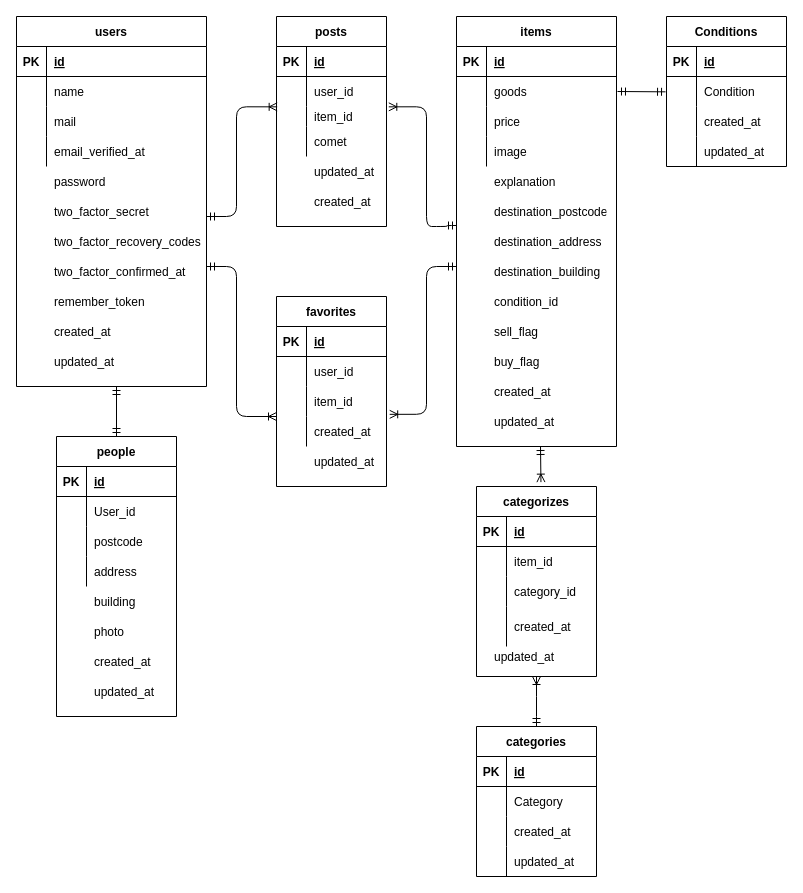
Before: src/FreeMaket.drawio in wyjuly12/FreeMarket, a draw.io diagram. Source tidied: cells renumbered, new cells numbered last; positions are measured from the earlier drawing's top-left corner, leaving out a move shared by most shapes. Both pictures are drawn from the tidied source at 100%, with x=0, y=0 at pixel (16, 16).
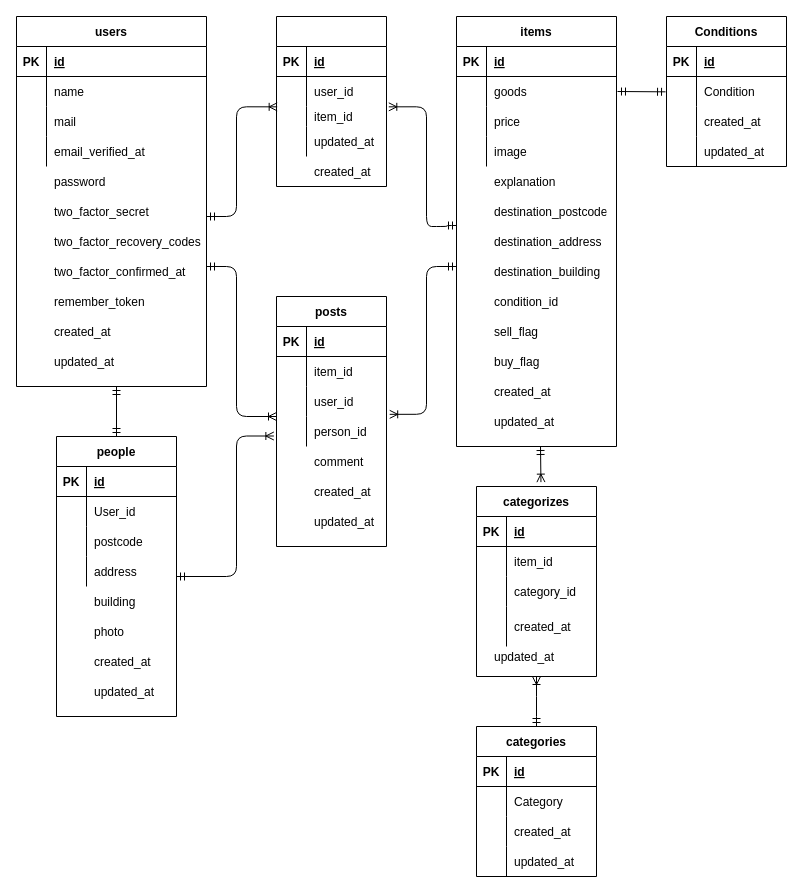
Above is the later version.

The change refers to these unchanged cells:
```xml
<mxCell id="45" style="shape=tableRow;horizontal=0;startSize=0;swimlaneHead=0;swimlaneBody=0;fillColor=none;top=0;left=0;right=0;bottom=0;" parent="41" vertex="1">
  <mxGeometry y="60" width="110" height="30" as="geometry" />
</mxCell>
<mxCell id="48" style="shape=tableRow;horizontal=0;startSize=0;swimlaneHead=0;swimlaneBody=0;fillColor=none;top=0;left=0;right=0;bottom=0;" parent="41" vertex="1">
  <mxGeometry y="90" width="110" height="30" as="geometry" />
</mxCell>
<mxCell id="51" style="shape=tableRow;horizontal=0;startSize=0;swimlaneHead=0;swimlaneBody=0;fillColor=none;points=[[0,0.5],[1,0.5]];portConstraint=eastwest;top=0;left=0;right=0;bottom=0;" parent="41" vertex="1">
  <mxGeometry y="120" width="110" height="30" as="geometry" />
</mxCell>
<mxCell id="88" style="shape=tableRow;horizontal=0;startSize=0;swimlaneHead=0;swimlaneBody=0;fillColor=none;top=0;left=0;right=0;bottom=0;" parent="78" vertex="1">
  <mxGeometry y="110" width="110" height="30" as="geometry" />
</mxCell>
```

What changed in the source:
```diff
@@
-    <mxCell id="41" value="favorites" style="shape=table;startSize=30;childLayout=tableLayout;rowLines=0;fontStyle=1;align=center;" parent="1" vertex="1">
-      <mxGeometry x="260" y="280" width="110" height="190" as="geometry" />
+    <mxCell id="41" value="posts" style="shape=table;startSize=30;childLayout=tableLayout;rowLines=0;fontStyle=1;align=center;" parent="1" vertex="1">
+      <mxGeometry x="260" y="280" width="110" height="250" as="geometry" />
     </mxCell>
@@
-    <mxCell id="47" value="user_id" style="shape=partialRectangle;fillColor=none;top=0;left=0;bottom=0;right=0;align=left;spacingLeft=6;overflow=hidden;" parent="45" vertex="1">
+    <mxCell id="47" value="item_id" style="shape=partialRectangle;fillColor=none;top=0;left=0;bottom=0;right=0;align=left;spacingLeft=6;overflow=hidden;" parent="45" vertex="1">
       <mxGeometry x="30" width="80" height="30" as="geometry" />
     </mxCell>
@@
-    <mxCell id="50" value="item_id" style="shape=partialRectangle;fillColor=none;top=0;left=0;bottom=0;right=0;align=left;spacingLeft=6;overflow=hidden;" parent="48" vertex="1">
+    <mxCell id="50" value="user_id" style="shape=partialRectangle;fillColor=none;top=0;left=0;bottom=0;right=0;align=left;spacingLeft=6;overflow=hidden;" parent="48" vertex="1">
       <mxGeometry x="30" width="80" height="30" as="geometry" />
     </mxCell>
@@
-    <mxCell id="53" value="created_at" style="shape=partialRectangle;fillColor=none;top=0;left=0;bottom=0;right=0;align=left;spacingLeft=6;overflow=hidden;" parent="51" vertex="1">
+    <mxCell id="53" style="shape=partialRectangle;fillColor=none;top=0;left=0;bottom=0;right=0;align=left;spacingLeft=6;overflow=hidden;" parent="51" vertex="1">
       <mxGeometry x="30" width="80" height="30" as="geometry" />
     </mxCell>
@@
-    <mxCell id="78" value="posts" style="shape=table;startSize=30;childLayout=tableLayout;rowLines=0;fontStyle=1;align=center;" parent="1" vertex="1">
-      <mxGeometry x="260" width="110" height="210" as="geometry" />
+    <mxCell id="78" style="shape=table;startSize=30;childLayout=tableLayout;rowLines=0;fontStyle=1;align=center;" parent="1" vertex="1">
+      <mxGeometry x="260" width="110" height="170" as="geometry" />
     </mxCell>
@@
-    <mxCell id="90" value="comet" style="shape=partialRectangle;fillColor=none;top=0;left=0;bottom=0;right=0;align=left;spacingLeft=6;overflow=hidden;" parent="88" vertex="1">
+    <mxCell id="90" style="shape=partialRectangle;fillColor=none;top=0;left=0;bottom=0;right=0;align=left;spacingLeft=6;overflow=hidden;" parent="88" vertex="1">
       <mxGeometry x="30" width="80" height="30" as="geometry" />
     </mxCell>
     <mxCell id="91" value="updated_at" style="shape=partialRectangle;fillColor=none;top=0;left=0;bottom=0;right=0;align=left;spacingLeft=6;overflow=hidden;" parent="1" vertex="1">
-      <mxGeometry x="290" y="140" width="80" height="30" as="geometry" />
+      <mxGeometry x="290" y="110" width="80" height="30" as="geometry" />
     </mxCell>
-    <mxCell id="92" value="updated_at" style="shape=partialRectangle;fillColor=none;top=0;left=0;bottom=0;right=0;align=left;spacingLeft=6;overflow=hidden;" parent="1" vertex="1">
+    <mxCell id="92" value="comment" style="shape=partialRectangle;fillColor=none;top=0;left=0;bottom=0;right=0;align=left;spacingLeft=6;overflow=hidden;" parent="1" vertex="1">
       <mxGeometry x="290" y="430" width="80" height="30" as="geometry" />
     </mxCell>
@@
     <mxCell id="112" value="created_at" style="shape=partialRectangle;fillColor=none;top=0;left=0;bottom=0;right=0;align=left;spacingLeft=6;overflow=hidden;" parent="1" vertex="1">
-      <mxGeometry x="290" y="170" width="90" height="30" as="geometry" />
+      <mxGeometry x="290" y="140" width="90" height="30" as="geometry" />
     </mxCell>
@@
+    <mxCell id="138" value="updated_at" style="shape=partialRectangle;fillColor=none;top=0;left=0;bottom=0;right=0;align=left;spacingLeft=6;overflow=hidden;" parent="1" vertex="1">
+      <mxGeometry x="290" y="490" width="80" height="30" as="geometry" />
+    </mxCell>
+    <mxCell id="139" style="shape=tableRow;horizontal=0;startSize=0;swimlaneHead=0;swimlaneBody=0;fillColor=none;points=[[0,0.5],[1,0.5]];portConstraint=eastwest;top=0;left=0;right=0;bottom=0;" parent="1" vertex="1">
+      <mxGeometry x="260" y="400" width="110" height="30" as="geometry" />
+    </mxCell>
+    <mxCell id="140" style="shape=partialRectangle;fillColor=none;top=0;left=0;bottom=0;right=0;overflow=hidden;" parent="139" vertex="1">
+      <mxGeometry width="30" height="30" as="geometry" />
+    </mxCell>
+    <mxCell id="141" value="person_id" style="shape=partialRectangle;fillColor=none;top=0;left=0;bottom=0;right=0;align=left;spacingLeft=6;overflow=hidden;" parent="139" vertex="1">
+      <mxGeometry x="30" width="80" height="30" as="geometry" />
+    </mxCell>
+    <mxCell id="142" value="created_at" style="shape=partialRectangle;fillColor=none;top=0;left=0;bottom=0;right=0;align=left;spacingLeft=6;overflow=hidden;" parent="1" vertex="1">
+      <mxGeometry x="290" y="460" width="80" height="30" as="geometry" />
+    </mxCell>
+    <mxCell id="143" style="edgeStyle=orthogonalEdgeStyle;fontSize=12;html=1;endArrow=ERoneToMany;startArrow=ERmandOne;entryX=-0.024;entryY=0.65;entryDx=0;entryDy=0;entryPerimeter=0;" parent="1" edge="1" target="139">
+      <mxGeometry relative="1" as="geometry">
+        <mxPoint x="160" y="560" as="sourcePoint" />
+        <Array as="points">
+          <mxPoint x="220" y="560" />
+          <mxPoint x="220" y="420" />
+        </Array>
+      </mxGeometry>
+    </mxCell>
```
